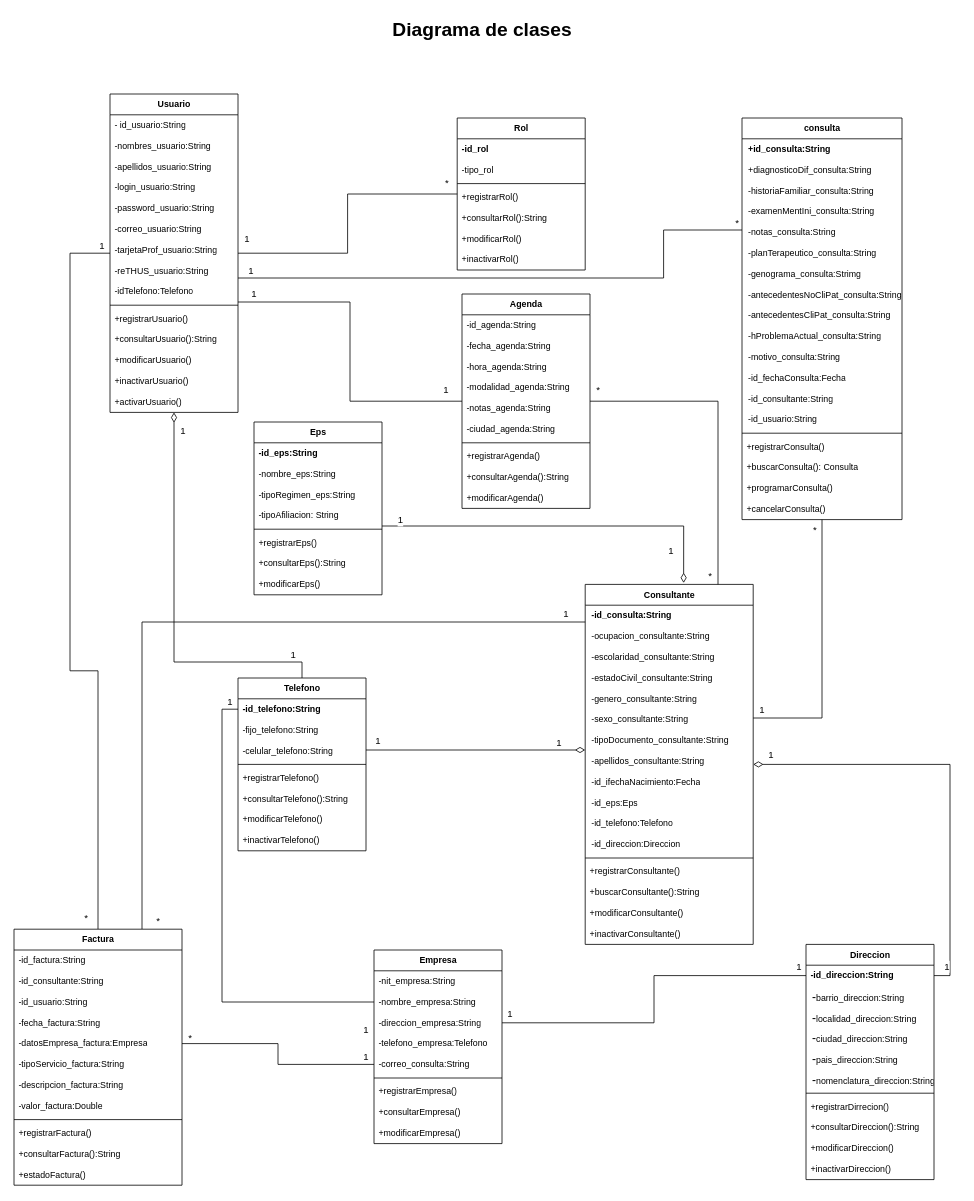
The draw.io diagram page "D. de Clases" (3 of 9) of Diagramas/Untitled Diagram.drawio in barloff2/Diagramas, before the edit. Source tidied: cells renumbered, new cells numbered last; positions are measured from the earlier drawing's top-left corner, leaving out a move shared by most shapes. Both pictures are drawn from the tidied source at 80%, with x=0, y=0 at pixel (14, 14).
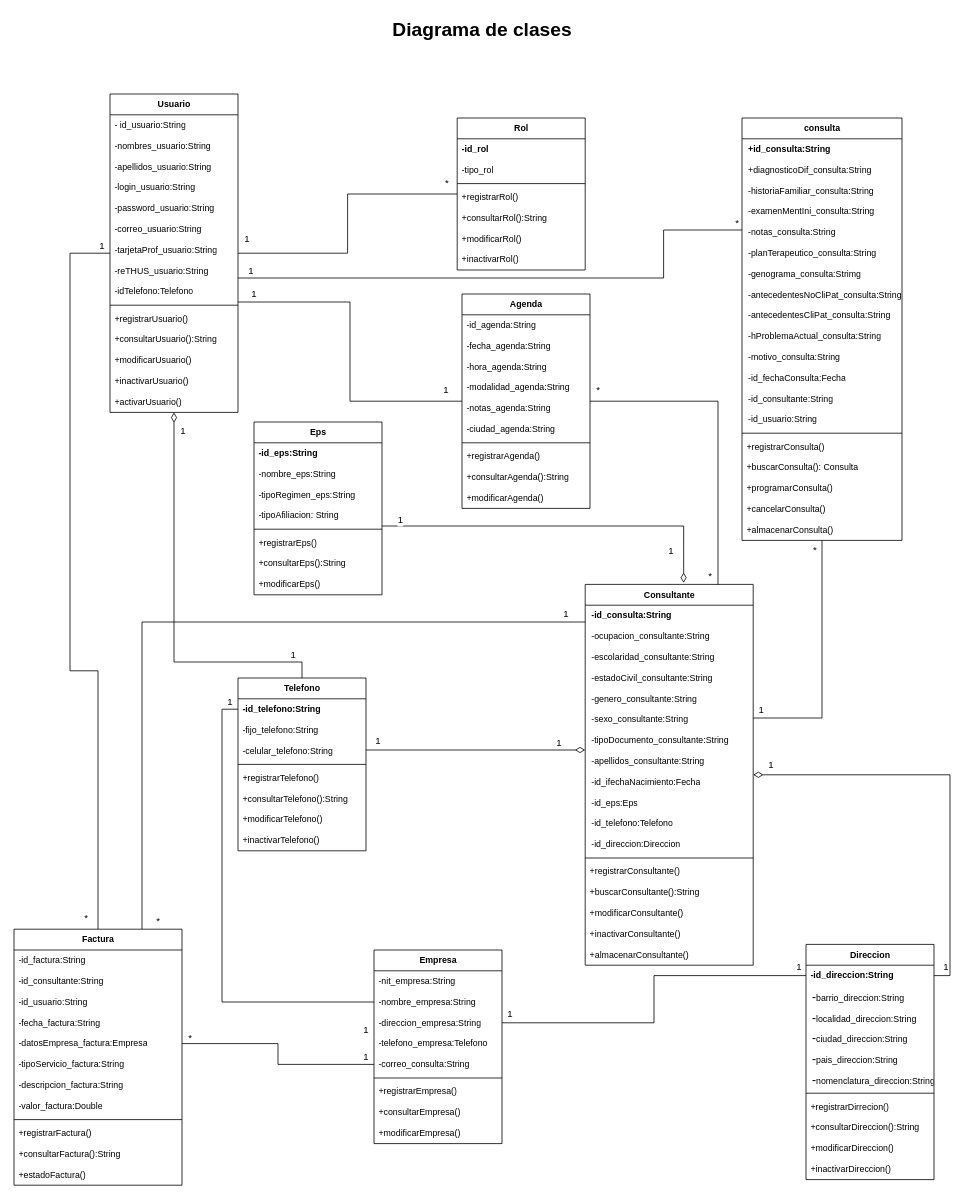
After the change.

The edit, as a diff of the source:
```diff
@@
     <mxCell id="36" value="consulta" style="swimlane;fontStyle=1;align=center;verticalAlign=top;horizontal=1;startSize=26;fontSize=11;html=1;" parent="1" vertex="1">
-      <mxGeometry x="910" y="130" width="200" height="502" as="geometry" />
+      <mxGeometry x="910" y="130" width="200" height="528" as="geometry" />
     </mxCell>
@@
+    <mxCell id="171" value="+almacenarConsulta()" style="text;strokeColor=none;fillColor=none;align=left;verticalAlign=top;spacingLeft=4;spacingRight=4;overflow=hidden;fontSize=11;html=1;" parent="36" vertex="1">
+      <mxGeometry y="502" width="200" height="26" as="geometry" />
+    </mxCell>
@@
     <mxCell id="59" value="Consultante" style="swimlane;fontStyle=1;align=center;verticalAlign=top;horizontal=1;startSize=26;fontSize=11;html=1;" parent="1" vertex="1">
-      <mxGeometry x="714" y="713" width="210" height="450" as="geometry" />
+      <mxGeometry x="714" y="713" width="210" height="476" as="geometry" />
     </mxCell>
@@
+    <mxCell id="172" value="+almacenarConsultante()" style="text;strokeColor=none;fillColor=none;align=left;verticalAlign=top;spacingLeft=4;spacingRight=4;overflow=hidden;fontSize=11;html=1;" parent="59" vertex="1">
+      <mxGeometry y="450" width="210" height="26" as="geometry" />
+    </mxCell>
```
